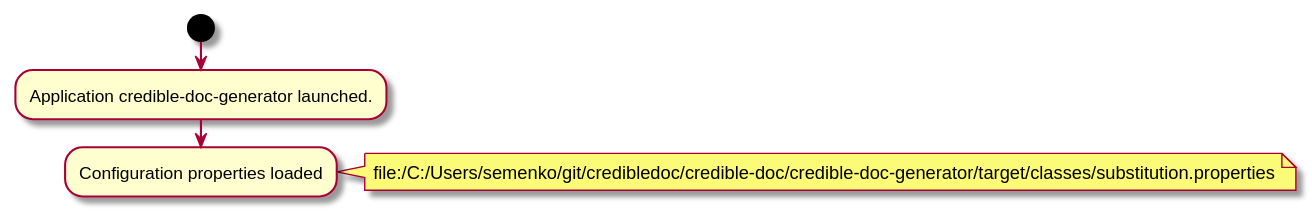
credibledoc/credible-doc keeps this PlantUML diagram as credible-doc-generator/doc/img/diagrams.md_1.svg. Above is the earlier version.
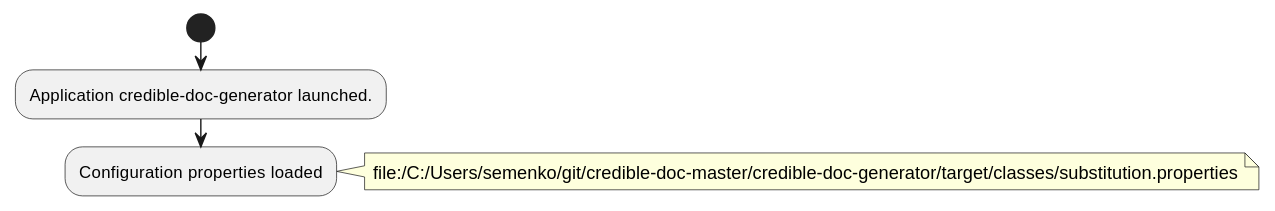
The same diagram one commit later.

What changed in the source:
```diff
@@ -4,7 +4,7 @@
 
 :Configuration properties loaded;
 note right
-file:/C:/Users/semenko/git/credibledoc/credible-doc/credible-doc-generator/target/classes/substitution.properties
+file:/C:/Users/semenko/git/credible-doc-master/credible-doc-generator/target/classes/substitution.properties
 end note
 
 @enduml
```
